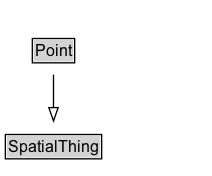
The Graphviz diagram docs/diagrams/Point.dot.png in ISO-TC204/ontology-import-wgs84, before a commit. Its source is kept beside it as docs/diagrams/Point.dot. Source of this version:
```dot
digraph {
	graph [overlap=false rankdir=TB splines=true]
	node [fontname=Arial fontsize=12 margin=0 shape=none]
	edge [fontname=Arial fontsize=11]
	Point [label=<<TABLE BORDER="1" CELLBORDER="0" CELLSPACING="0" CELLPADDING="1"><TR><TD BGCOLOR="lightgray" ALIGN="CENTER">Point</TD></TR></TABLE>> URL="../Point" margin=0]
	{
		rank=max
	}
	subgraph cluster_associated {
		label="" style=invis
		Invis [label=<<TABLE BORDER="0" CELLBORDER="0" CELLSPACING="0" CELLPADDING="1"><TR><TD></TD></TR></TABLE>> margin=0 style=invis]
	}
	SpatialThing [label=<<TABLE BORDER="1" CELLBORDER="0" CELLSPACING="0" CELLPADDING="1"><TR><TD BGCOLOR="lightgray" ALIGN="CENTER">SpatialThing</TD></TR></TABLE>> URL="../SpatialThing" margin=0]
	Point -> SpatialThing [arrowhead=onormal style=solid]
}
```
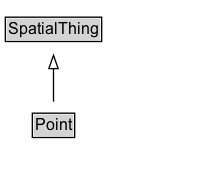
The same file after the commit.

Change to the diagram source:
```diff
@@ -2,6 +2,10 @@
 	graph [overlap=false rankdir=TB splines=true]
 	node [fontname=Arial fontsize=12 margin=0 shape=none]
 	edge [fontname=Arial fontsize=11]
+	{
+		rank=source
+		SpatialThing [label=<<TABLE BORDER="1" CELLBORDER="0" CELLSPACING="0" CELLPADDING="1"><TR><TD BGCOLOR="lightgray" ALIGN="CENTER">SpatialThing</TD></TR></TABLE>> URL="../SpatialThing" margin=0]
+	}
 	Point [label=<<TABLE BORDER="1" CELLBORDER="0" CELLSPACING="0" CELLPADDING="1"><TR><TD BGCOLOR="lightgray" ALIGN="CENTER">Point</TD></TR></TABLE>> URL="../Point" margin=0]
 	{
 		rank=max
@@ -10,6 +14,5 @@
 		label="" style=invis
 		Invis [label=<<TABLE BORDER="0" CELLBORDER="0" CELLSPACING="0" CELLPADDING="1"><TR><TD></TD></TR></TABLE>> margin=0 style=invis]
 	}
-	SpatialThing [label=<<TABLE BORDER="1" CELLBORDER="0" CELLSPACING="0" CELLPADDING="1"><TR><TD BGCOLOR="lightgray" ALIGN="CENTER">SpatialThing</TD></TR></TABLE>> URL="../SpatialThing" margin=0]
 	Point -> SpatialThing [arrowhead=onormal style=solid]
 }
```
